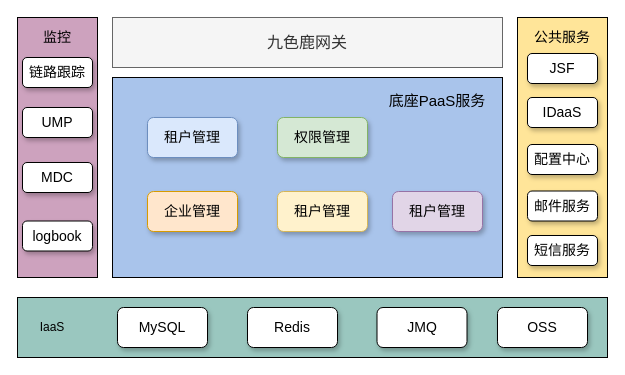
The draw.io diagram paas.drawio in greenabyss/image, before the edit. Source tidied: cells renumbered, new cells numbered last; positions are measured from the earlier drawing's top-left corner, leaving out a move shared by most shapes. Both pictures are drawn from the tidied source at 100%, with x=0, y=0 at pixel (17, 17).
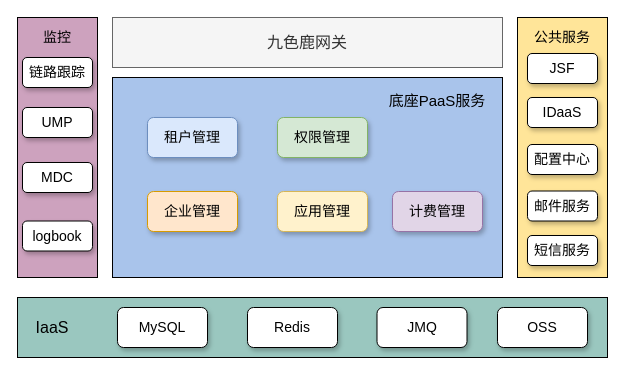
The same diagram, later.

The edit, as a diff of the source:
```diff
@@
-    <mxCell id="10" value="&lt;font style=&quot;font-size: 14px&quot;&gt;租户管理&lt;/font&gt;" style="rounded=1;whiteSpace=wrap;html=1;fillColor=#fff2cc;strokeColor=#d6b656;shadow=1;" parent="1" vertex="1">
+    <mxCell id="10" value="&lt;font style=&quot;font-size: 14px&quot;&gt;应用管理&lt;/font&gt;" style="rounded=1;whiteSpace=wrap;html=1;fillColor=#fff2cc;strokeColor=#d6b656;shadow=1;" parent="1" vertex="1">
       <mxGeometry x="260" y="174" width="90" height="40" as="geometry" />
     </mxCell>
-    <mxCell id="11" value="&lt;font style=&quot;font-size: 14px&quot;&gt;租户管理&lt;/font&gt;" style="rounded=1;whiteSpace=wrap;html=1;fillColor=#e1d5e7;strokeColor=#9673a6;shadow=1;" parent="1" vertex="1">
+    <mxCell id="11" value="&lt;font style=&quot;font-size: 14px&quot;&gt;计费管理&lt;/font&gt;" style="rounded=1;whiteSpace=wrap;html=1;fillColor=#e1d5e7;strokeColor=#9673a6;shadow=1;" parent="1" vertex="1">
       <mxGeometry x="375" y="174" width="90" height="40" as="geometry" />
     </mxCell>
@@
-    <mxCell id="17" value="IaaS" style="text;html=1;strokeColor=none;fillColor=none;align=center;verticalAlign=middle;whiteSpace=wrap;rounded=0;" parent="1" vertex="1">
+    <mxCell id="17" value="&lt;font style=&quot;font-size: 16px&quot;&gt;IaaS&lt;/font&gt;" style="text;html=1;strokeColor=none;fillColor=none;align=center;verticalAlign=middle;whiteSpace=wrap;rounded=0;" parent="1" vertex="1">
       <mxGeometry x="10" y="300" width="50" height="20" as="geometry" />
     </mxCell>
```
